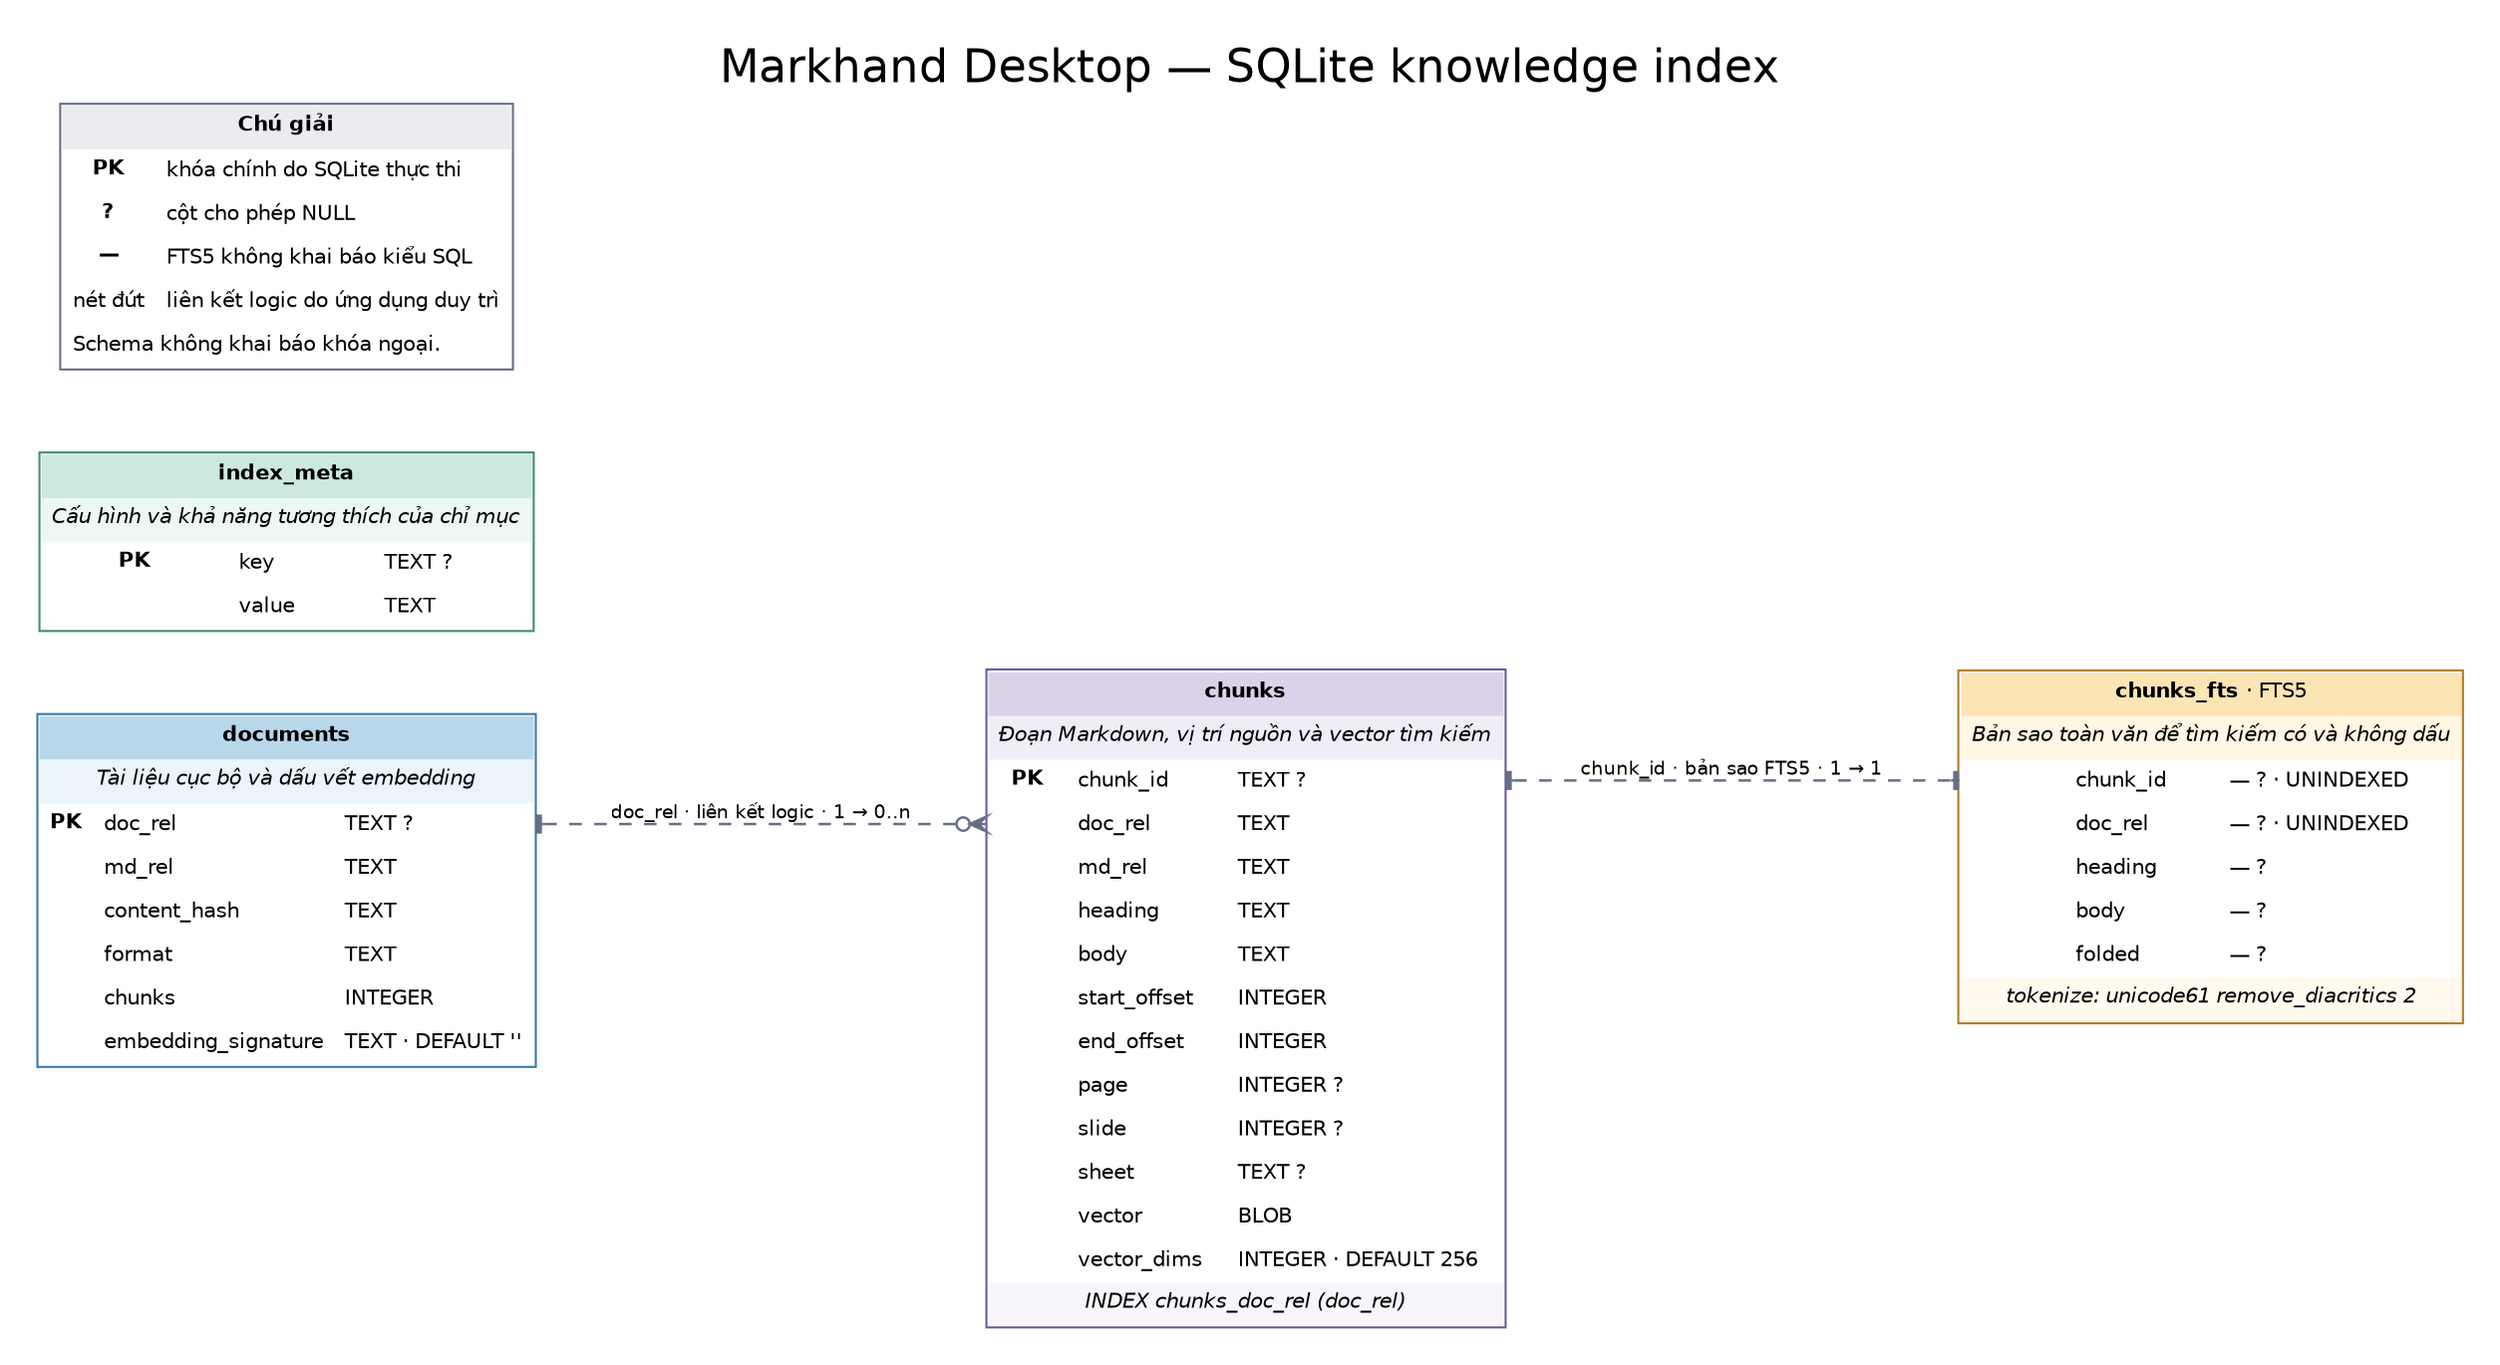
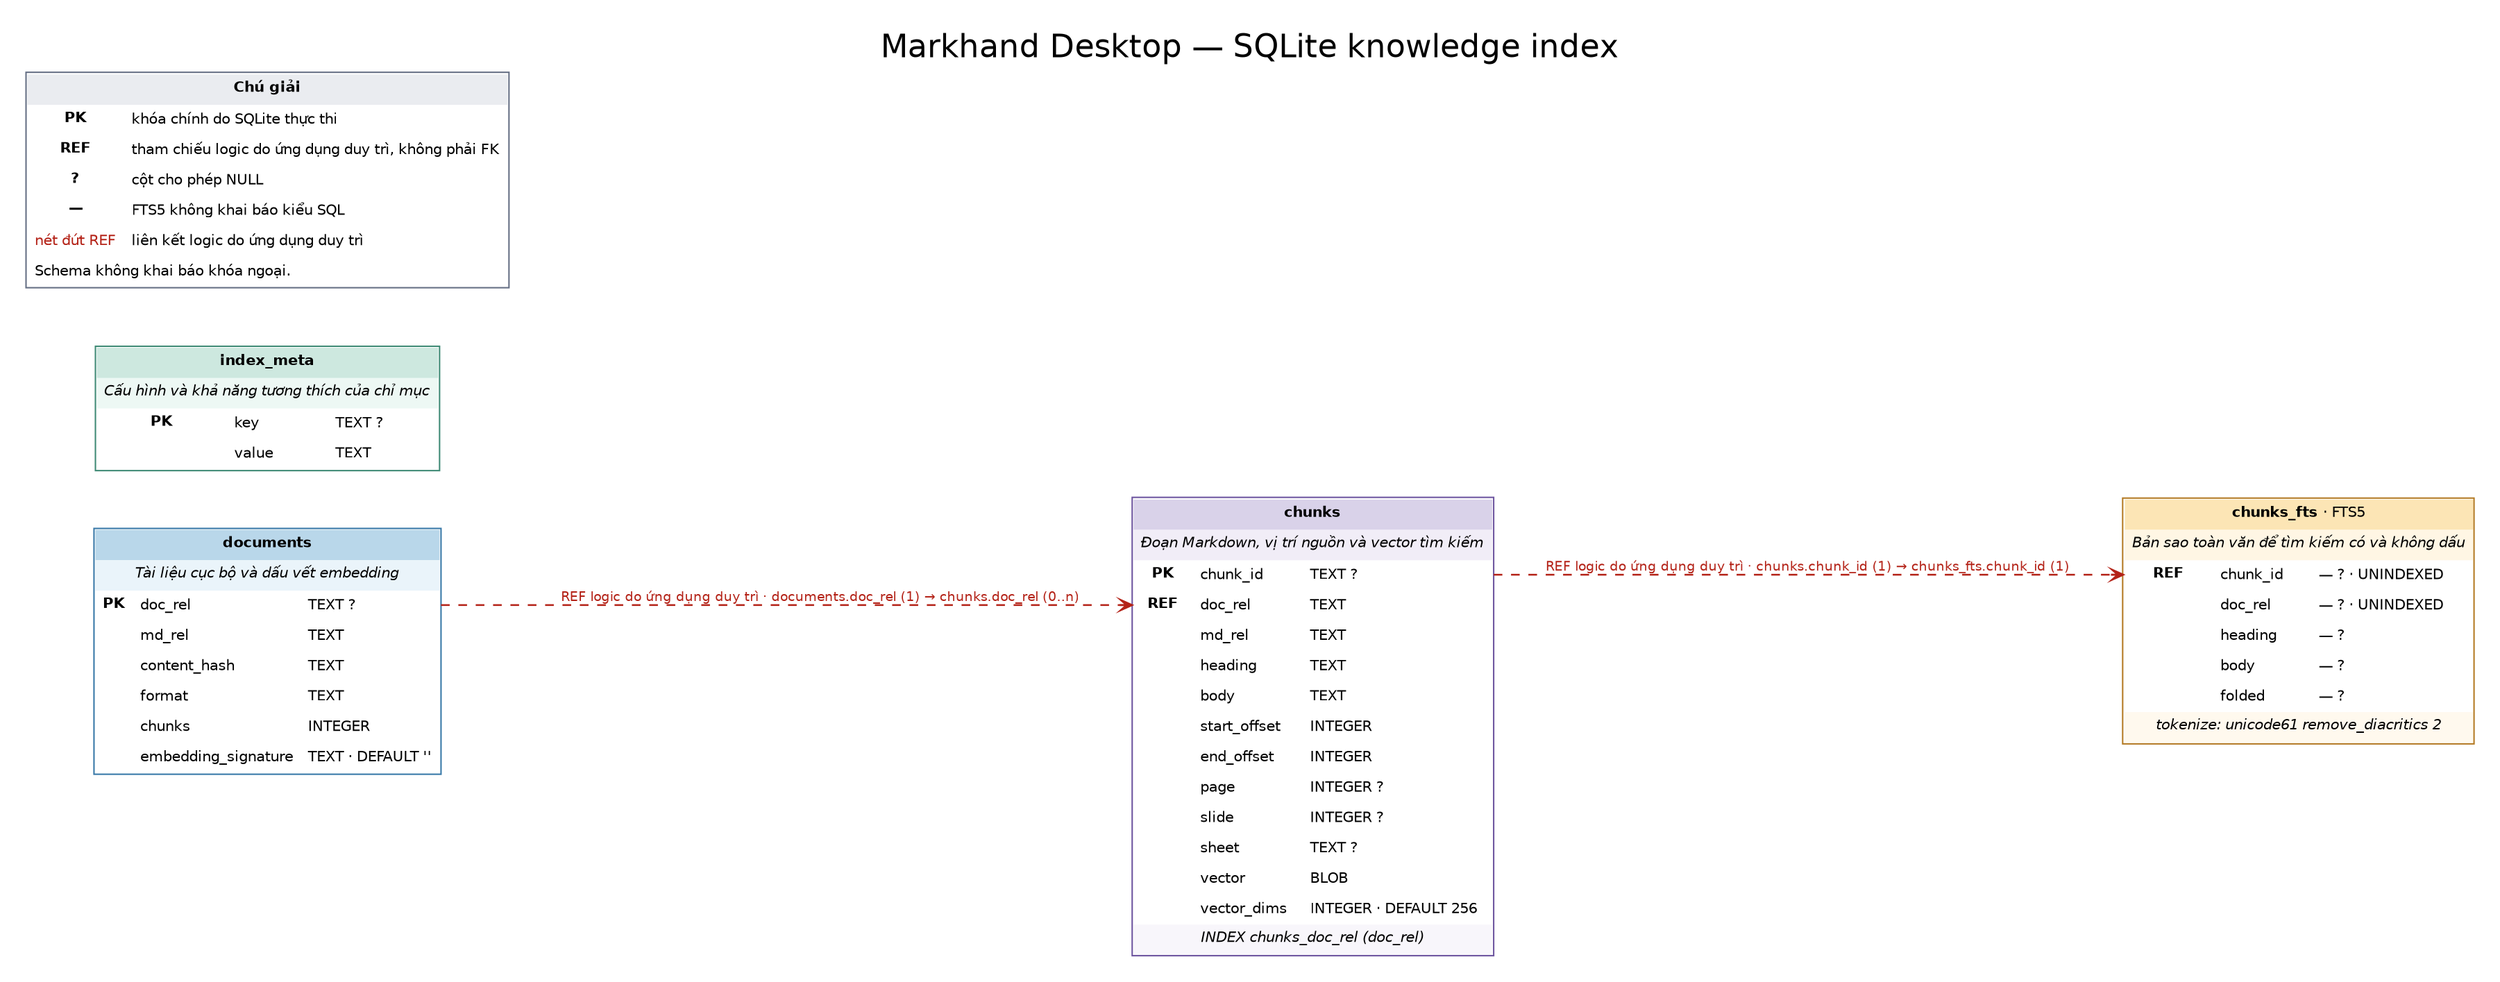
digraph markhand_desktop_sqlite {
  graph [
    label="Markhand Desktop — SQLite knowledge index",
    labelloc=t,
    fontsize=22,
    fontname="DejaVu Sans",
    bgcolor="white",
    rankdir=LR,
    splines=polyline,
    nodesep=0.55,
    ranksep=1.00,
    pad=0.25,
    charset="UTF-8"
  ];
  node [shape=plain, fontname="DejaVu Sans", fontsize=10];
  edge [
    color="#667085",
    penwidth=1.2,
    arrowsize=0.8,
    dir=both,
    fontname="DejaVu Sans",
    fontsize=9
  ];

  documents [label=<
    <TABLE BORDER="1" CELLBORDER="0" CELLSPACING="0" CELLPADDING="5" COLOR="#3979A8">
      <TR><TD BGCOLOR="#B9D7EA" COLSPAN="3"><B>documents</B></TD></TR>
      <TR><TD BGCOLOR="#EAF4FA" COLSPAN="3"><I>Tài liệu cục bộ và dấu vết embedding</I></TD></TR>
-       <TR><TD><B>PK</B></TD><TD ALIGN="LEFT">doc_rel</TD><TD PORT="doc_rel_out" ALIGN="LEFT">TEXT ?</TD></TR>
+       <TR><TD><B>PK</B></TD><TD ALIGN="LEFT">doc_rel</TD><TD PORT="doc_rel" ALIGN="LEFT">TEXT ?</TD></TR>
      <TR><TD></TD><TD ALIGN="LEFT">md_rel</TD><TD ALIGN="LEFT">TEXT</TD></TR>
      <TR><TD></TD><TD ALIGN="LEFT">content_hash</TD><TD ALIGN="LEFT">TEXT</TD></TR>
      <TR><TD></TD><TD ALIGN="LEFT">format</TD><TD ALIGN="LEFT">TEXT</TD></TR>
      <TR><TD></TD><TD ALIGN="LEFT">chunks</TD><TD ALIGN="LEFT">INTEGER</TD></TR>
      <TR><TD></TD><TD ALIGN="LEFT">embedding_signature</TD><TD ALIGN="LEFT">TEXT · DEFAULT ''</TD></TR>
    </TABLE>
  >];

  chunks [label=<
    <TABLE BORDER="1" CELLBORDER="0" CELLSPACING="0" CELLPADDING="5" COLOR="#6E56A0">
      <TR><TD BGCOLOR="#D9D2E9" COLSPAN="3"><B>chunks</B></TD></TR>
      <TR><TD BGCOLOR="#F1EDF7" COLSPAN="3"><I>Đoạn Markdown, vị trí nguồn và vector tìm kiếm</I></TD></TR>
-       <TR><TD><B>PK</B></TD><TD ALIGN="LEFT">chunk_id</TD><TD PORT="chunk_id_out" ALIGN="LEFT">TEXT ?</TD></TR>
-       <TR><TD PORT="doc_rel_in"></TD><TD ALIGN="LEFT">doc_rel</TD><TD ALIGN="LEFT">TEXT</TD></TR>
+       <TR><TD><B>PK</B></TD><TD ALIGN="LEFT">chunk_id</TD><TD PORT="chunk_id" ALIGN="LEFT">TEXT ?</TD></TR>
+       <TR><TD PORT="doc_rel"><B>REF</B></TD><TD ALIGN="LEFT">doc_rel</TD><TD ALIGN="LEFT">TEXT</TD></TR>
      <TR><TD></TD><TD ALIGN="LEFT">md_rel</TD><TD ALIGN="LEFT">TEXT</TD></TR>
      <TR><TD></TD><TD ALIGN="LEFT">heading</TD><TD ALIGN="LEFT">TEXT</TD></TR>
      <TR><TD></TD><TD ALIGN="LEFT">body</TD><TD ALIGN="LEFT">TEXT</TD></TR>
      <TR><TD></TD><TD ALIGN="LEFT">start_offset</TD><TD ALIGN="LEFT">INTEGER</TD></TR>
      <TR><TD></TD><TD ALIGN="LEFT">end_offset</TD><TD ALIGN="LEFT">INTEGER</TD></TR>
      <TR><TD></TD><TD ALIGN="LEFT">page</TD><TD ALIGN="LEFT">INTEGER ?</TD></TR>
      <TR><TD></TD><TD ALIGN="LEFT">slide</TD><TD ALIGN="LEFT">INTEGER ?</TD></TR>
      <TR><TD></TD><TD ALIGN="LEFT">sheet</TD><TD ALIGN="LEFT">TEXT ?</TD></TR>
      <TR><TD></TD><TD ALIGN="LEFT">vector</TD><TD ALIGN="LEFT">BLOB</TD></TR>
      <TR><TD></TD><TD ALIGN="LEFT">vector_dims</TD><TD ALIGN="LEFT">INTEGER · DEFAULT 256</TD></TR>
      <TR><TD BGCOLOR="#F8F6FB" COLSPAN="3"><I>INDEX chunks_doc_rel (doc_rel)</I></TD></TR>
    </TABLE>
  >];

  index_meta [label=<
    <TABLE BORDER="1" CELLBORDER="0" CELLSPACING="0" CELLPADDING="5" COLOR="#408B76">
      <TR><TD BGCOLOR="#CDE8DF" COLSPAN="3"><B>index_meta</B></TD></TR>
      <TR><TD BGCOLOR="#EDF8F4" COLSPAN="3"><I>Cấu hình và khả năng tương thích của chỉ mục</I></TD></TR>
      <TR><TD><B>PK</B></TD><TD ALIGN="LEFT">key</TD><TD ALIGN="LEFT">TEXT ?</TD></TR>
      <TR><TD></TD><TD ALIGN="LEFT">value</TD><TD ALIGN="LEFT">TEXT</TD></TR>
    </TABLE>
  >];

  chunks_fts [label=<
    <TABLE BORDER="1" CELLBORDER="0" CELLSPACING="0" CELLPADDING="5" COLOR="#B47B25">
      <TR><TD BGCOLOR="#FCE5B5" COLSPAN="3"><B>chunks_fts</B> · FTS5</TD></TR>
      <TR><TD BGCOLOR="#FFF6E4" COLSPAN="3"><I>Bản sao toàn văn để tìm kiếm có và không dấu</I></TD></TR>
-       <TR><TD PORT="chunk_id_in"></TD><TD ALIGN="LEFT">chunk_id</TD><TD ALIGN="LEFT">— ? · UNINDEXED</TD></TR>
+       <TR><TD PORT="chunk_id"><B>REF</B></TD><TD ALIGN="LEFT">chunk_id</TD><TD ALIGN="LEFT">— ? · UNINDEXED</TD></TR>
      <TR><TD></TD><TD ALIGN="LEFT">doc_rel</TD><TD ALIGN="LEFT">— ? · UNINDEXED</TD></TR>
      <TR><TD></TD><TD ALIGN="LEFT">heading</TD><TD ALIGN="LEFT">— ?</TD></TR>
      <TR><TD></TD><TD ALIGN="LEFT">body</TD><TD ALIGN="LEFT">— ?</TD></TR>
      <TR><TD></TD><TD ALIGN="LEFT">folded</TD><TD ALIGN="LEFT">— ?</TD></TR>
      <TR><TD BGCOLOR="#FFF9EE" COLSPAN="3"><I>tokenize: unicode61 remove_diacritics 2</I></TD></TR>
    </TABLE>
  >];

  legend [label=<
    <TABLE BORDER="1" CELLBORDER="0" CELLSPACING="0" CELLPADDING="5" COLOR="#667085">
      <TR><TD BGCOLOR="#EAECF0" COLSPAN="2"><B>Chú giải</B></TD></TR>
      <TR><TD><B>PK</B></TD><TD ALIGN="LEFT">khóa chính do SQLite thực thi</TD></TR>
+       <TR><TD><B>REF</B></TD><TD ALIGN="LEFT">tham chiếu logic do ứng dụng duy trì, không phải FK</TD></TR>
      <TR><TD><B>?</B></TD><TD ALIGN="LEFT">cột cho phép NULL</TD></TR>
      <TR><TD><B>—</B></TD><TD ALIGN="LEFT">FTS5 không khai báo kiểu SQL</TD></TR>
-       <TR><TD>nét đứt</TD><TD ALIGN="LEFT">liên kết logic do ứng dụng duy trì</TD></TR>
+       <TR><TD><FONT COLOR="#B42318">nét đứt REF</FONT></TD><TD ALIGN="LEFT">liên kết logic do ứng dụng duy trì</TD></TR>
      <TR><TD COLSPAN="2" ALIGN="LEFT">Schema không khai báo khóa ngoại.</TD></TR>
    </TABLE>
  >];

  // Logical links only: the SQLite schema declares no FOREIGN KEY constraints.
-   documents:doc_rel_out:e -> chunks:doc_rel_in:w [
-     style=dashed,
-     arrowtail=tee,
-     arrowhead="crowodot",
-     label="doc_rel · liên kết logic · 1 → 0..n"
+   documents:doc_rel:e -> chunks:doc_rel:w [
+     kind="logical",
+     source_table="chunks",
+     source_column="doc_rel",
+     target_table="documents",
+     target_column="doc_rel",
+     array="false",
+     app_maintained="true",
+     style="dashed,bold",
+     color="#B42318",
+     fontcolor="#B42318",
+     arrowtail="none",
+     arrowhead="vee",
+     label="REF logic do ứng dụng duy trì · documents.doc_rel (1) → chunks.doc_rel (0..n)"
  ];
-   chunks:chunk_id_out:e -> chunks_fts:chunk_id_in:w [
-     style=dashed,
-     arrowtail=tee,
-     arrowhead=tee,
-     label="chunk_id · bản sao FTS5 · 1 → 1"
+   chunks:chunk_id:e -> chunks_fts:chunk_id:w [
+     kind="logical",
+     source_table="chunks_fts",
+     source_column="chunk_id",
+     target_table="chunks",
+     target_column="chunk_id",
+     array="false",
+     app_maintained="true",
+     style="dashed,bold",
+     color="#B42318",
+     fontcolor="#B42318",
+     arrowtail="none",
+     arrowhead="vee",
+     label="REF logic do ứng dụng duy trì · chunks.chunk_id (1) → chunks_fts.chunk_id (1)"
  ];

  { rank=same; documents; index_meta; }
}
